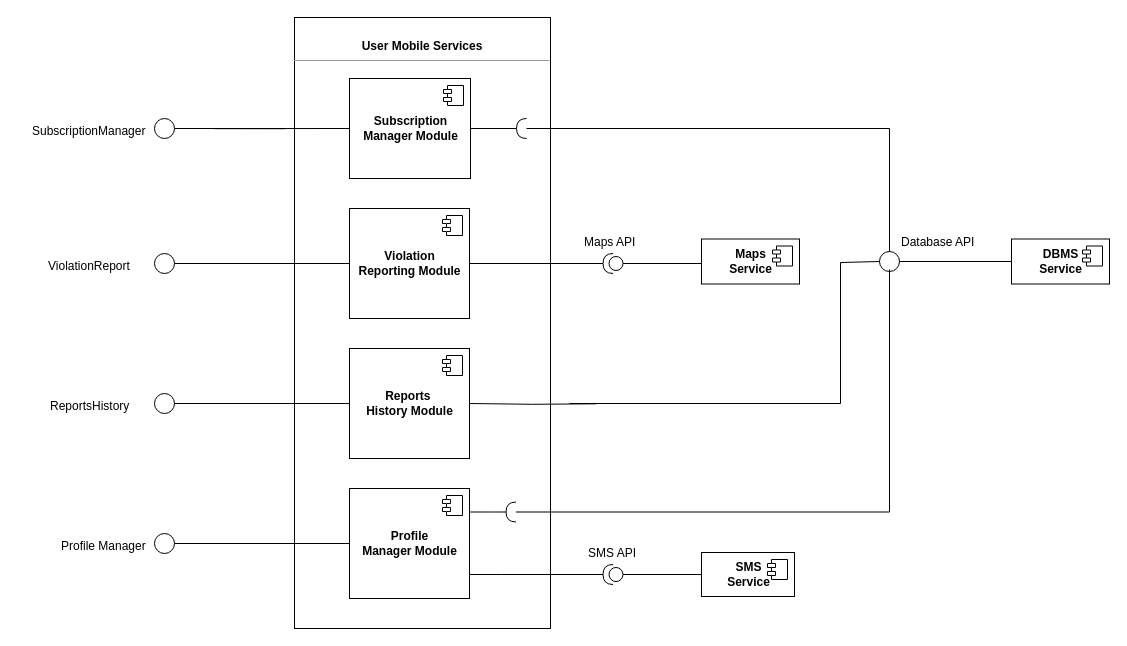
Above: assets/images/USER PROJECTION.drawio in Tallino/DaneseSavoldelli (draw.io), before the change. Source tidied: cells renumbered, new cells numbered last; positions are measured from the earlier drawing's top-left corner, leaving out a move shared by most shapes. Both pictures are drawn from the tidied source at 100%, with x=0, y=0 at pixel (30, 17).
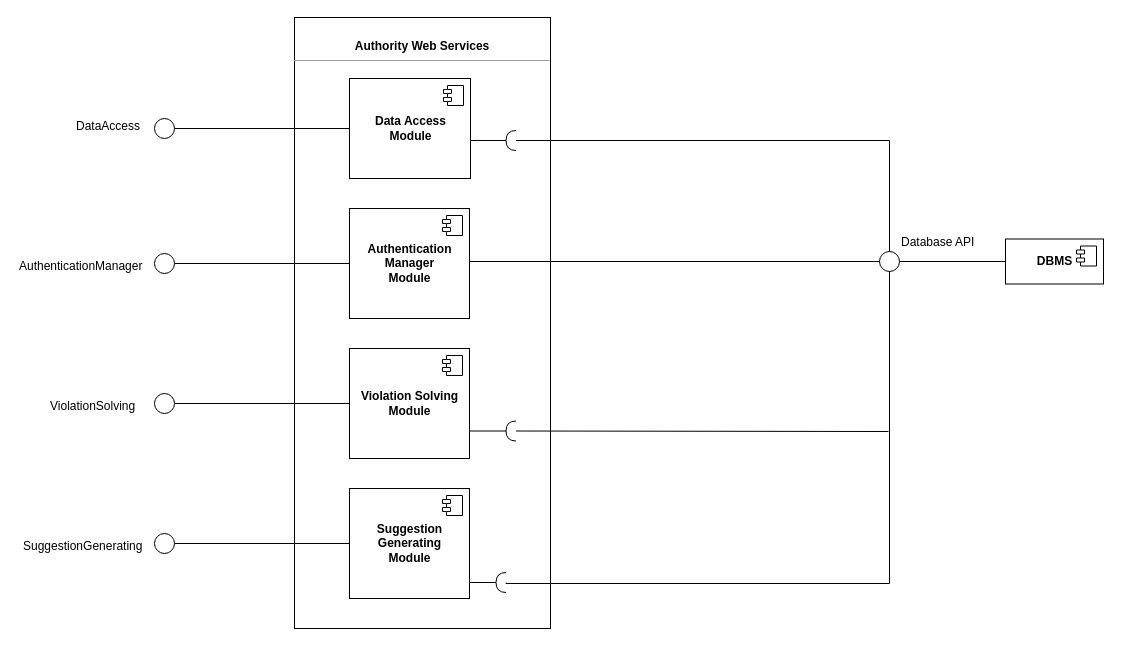
Above is the later version.

Unchanged cells that the change refers to:
```xml
<mxCell id="9" style="verticalLabelPosition=bottom;verticalAlign=top;html=1;strokeWidth=1;shape=mxgraph.flowchart.on-page_reference;fillColor=none;strokeColor=#000000;" parent="1" vertex="1">
  <mxGeometry x="124" y="101" width="20" height="20" as="geometry" />
</mxCell>
<mxCell id="41" style="verticalLabelPosition=bottom;verticalAlign=top;html=1;strokeWidth=1;shape=mxgraph.flowchart.on-page_reference;fillColor=none;strokeColor=#000000;" parent="1" vertex="1">
  <mxGeometry x="849" y="234" width="20" height="20" as="geometry" />
</mxCell>
```

What changed in the source:
```diff
@@
-    <mxCell id="2" value="&lt;p style=&quot;margin: 0px ; margin-top: 4px ; text-align: center&quot;&gt;&lt;br&gt;&lt;/p&gt;&lt;p style=&quot;margin: 0px ; margin-top: 4px ; text-align: center&quot;&gt;&lt;b&gt;User Mobile Services&lt;/b&gt;&lt;/p&gt;&lt;hr size=&quot;1&quot;&gt;&lt;p style=&quot;margin: 0px ; margin-left: 4px&quot;&gt;&lt;br&gt;&lt;/p&gt;" style="verticalAlign=top;align=left;overflow=fill;fontSize=12;fontFamily=Helvetica;html=1;" parent="1" vertex="1">
+    <mxCell id="2" value="&lt;p style=&quot;margin: 0px ; margin-top: 4px ; text-align: center&quot;&gt;&lt;b&gt;&lt;br&gt;&lt;/b&gt;&lt;/p&gt;&lt;p style=&quot;margin: 0px ; margin-top: 4px ; text-align: center&quot;&gt;&lt;b&gt;Authority Web Services&lt;/b&gt;&lt;br&gt;&lt;/p&gt;&lt;hr size=&quot;1&quot;&gt;&lt;p style=&quot;margin: 0px ; margin-left: 4px&quot;&gt;&lt;br&gt;&lt;/p&gt;" style="verticalAlign=top;align=left;overflow=fill;fontSize=12;fontFamily=Helvetica;html=1;" parent="1" vertex="1">
       <mxGeometry x="264" width="256" height="611" as="geometry" />
     </mxCell>
-    <mxCell id="3" style="edgeStyle=orthogonalEdgeStyle;rounded=0;jettySize=auto;html=1;endArrow=none;endFill=0;" parent="1" edge="1" source="4" target="20">
-      <mxGeometry relative="1" as="geometry" />
-    </mxCell>
-    <mxCell id="4" value="&lt;b&gt;Subscription &lt;br&gt;Manager Module&lt;/b&gt;" style="html=1;" parent="1" vertex="1">
+    <mxCell id="4" value="&lt;b&gt;Data Access&lt;br&gt;Module&lt;/b&gt;" style="html=1;" parent="1" vertex="1">
       <mxGeometry x="319" y="61" width="121" height="100" as="geometry" />
     </mxCell>
@@
-    <mxCell id="6" value="&lt;b&gt;Reports&amp;nbsp;&lt;br&gt;History Module&lt;br&gt;&lt;/b&gt;" style="html=1;" parent="1" vertex="1">
+    <mxCell id="6" value="&lt;b&gt;Violation Solving&lt;br&gt;Module&lt;br&gt;&lt;/b&gt;" style="html=1;" parent="1" vertex="1">
       <mxGeometry x="319" y="331" width="120" height="110" as="geometry" />
     </mxCell>
@@
-    <mxCell id="8" style="edgeStyle=orthogonalEdgeStyle;rounded=0;jettySize=auto;html=1;endArrow=none;endFill=0;entryX=0;entryY=0.5;entryDx=0;entryDy=0;" parent="1" edge="1" target="4">
-      <mxGeometry relative="1" as="geometry">
-        <mxPoint x="254" y="111.1" as="sourcePoint" />
-        <Array as="points">
-          <mxPoint x="184" y="111" />
-          <mxPoint x="184" y="111" />
-        </Array>
-      </mxGeometry>
+    <mxCell id="8" style="edgeStyle=orthogonalEdgeStyle;rounded=0;jettySize=auto;html=1;endArrow=none;endFill=0;entryX=0;entryY=0.5;entryDx=0;entryDy=0;exitX=1;exitY=0.5;exitDx=0;exitDy=0;exitPerimeter=0;" parent="1" edge="1" source="9" target="4">
+      <mxGeometry relative="1" as="geometry" />
     </mxCell>
@@
-    <mxCell id="12" value="&lt;b&gt;Profile &lt;br&gt;Manager Module&lt;br&gt;&lt;/b&gt;" style="html=1;" parent="1" vertex="1">
+    <mxCell id="12" value="&lt;b&gt;Suggestion&lt;br&gt;Generating&lt;br&gt;Module&lt;br&gt;&lt;/b&gt;" style="html=1;" parent="1" vertex="1">
       <mxGeometry x="319" y="471" width="120" height="110" as="geometry" />
     </mxCell>
@@
-    <mxCell id="18" style="edgeStyle=orthogonalEdgeStyle;rounded=0;jettySize=auto;html=1;endArrow=none;endFill=0;entryX=0;entryY=0.5;entryDx=0;entryDy=0;" parent="1" edge="1" source="9">
-      <mxGeometry relative="1" as="geometry">
-        <mxPoint x="254.3" y="111.1" as="targetPoint" />
-      </mxGeometry>
-    </mxCell>
-    <mxCell id="19" style="edgeStyle=orthogonalEdgeStyle;rounded=0;jettySize=auto;html=1;endArrow=none;endFill=0;entryX=0.5;entryY=0;entryDx=0;entryDy=0;entryPerimeter=0;" parent="1" edge="1" source="20" target="41">
-      <mxGeometry relative="1" as="geometry" />
-    </mxCell>
-    <mxCell id="20" style="shape=requiredInterface;html=1;verticalLabelPosition=bottom;rotation=180;" parent="1" vertex="1">
-      <mxGeometry x="486" y="101" width="10" height="20" as="geometry" />
-    </mxCell>
-    <mxCell id="21" style="edgeStyle=orthogonalEdgeStyle;rounded=0;jettySize=auto;html=1;endArrow=none;endFill=0;" parent="1" edge="1" source="23" target="24">
-      <mxGeometry relative="1" as="geometry" />
-    </mxCell>
-    <mxCell id="22" style="edgeStyle=orthogonalEdgeStyle;rounded=0;jettySize=auto;html=1;endArrow=none;endFill=0;" parent="1" edge="1" source="23">
-      <mxGeometry relative="1" as="geometry">
-        <mxPoint x="672.5" y="246" as="targetPoint" />
-      </mxGeometry>
-    </mxCell>
-    <mxCell id="23" style="shape=providedRequiredInterface;html=1;verticalLabelPosition=bottom;strokeColor=#000000;strokeWidth=1;fillColor=none;rotation=-180;" parent="1" vertex="1">
-      <mxGeometry x="572.5" y="236" width="20" height="20" as="geometry" />
-    </mxCell>
-    <mxCell id="24" value="&lt;b&gt;Violation&lt;br&gt;Reporting Module&lt;/b&gt;" style="html=1;" parent="1" vertex="1">
+    <mxCell id="24" value="&lt;b&gt;Authentication&lt;br&gt;Manager&lt;br&gt;Module&lt;/b&gt;" style="html=1;" parent="1" vertex="1">
       <mxGeometry x="319" y="191" width="120" height="110" as="geometry" />
     </mxCell>
@@
-    <mxCell id="26" value="Maps API&lt;br&gt;" style="text;html=1;align=left;verticalAlign=top;spacingTop=-4;" parent="1" vertex="1">
-      <mxGeometry x="551.5" y="214.5" width="62" height="14" as="geometry" />
-    </mxCell>
-    <mxCell id="27" value="&lt;b&gt;Maps&lt;br&gt;Service&lt;br&gt;&lt;/b&gt;" style="html=1;" parent="1" vertex="1">
-      <mxGeometry x="671" y="221.5" width="98" height="45" as="geometry" />
-    </mxCell>
-    <mxCell id="28" style="shape=component;jettyWidth=8;jettyHeight=4;" parent="27" vertex="1">
-      <mxGeometry x="1" width="20" height="20" relative="1" as="geometry">
-        <mxPoint x="-27" y="7" as="offset" />
-      </mxGeometry>
-    </mxCell>
-    <mxCell id="29" style="edgeStyle=orthogonalEdgeStyle;rounded=0;jettySize=auto;html=1;endArrow=none;endFill=0;" parent="1" edge="1" source="31" target="12">
-      <mxGeometry relative="1" as="geometry">
-        <Array as="points">
-          <mxPoint x="471" y="557" />
-          <mxPoint x="471" y="557" />
-        </Array>
-      </mxGeometry>
-    </mxCell>
-    <mxCell id="30" style="edgeStyle=orthogonalEdgeStyle;rounded=0;jettySize=auto;html=1;endArrow=none;endFill=0;entryX=0;entryY=0.5;entryDx=0;entryDy=0;" parent="1" edge="1" source="31" target="32">
-      <mxGeometry relative="1" as="geometry" />
-    </mxCell>
-    <mxCell id="31" style="shape=providedRequiredInterface;html=1;verticalLabelPosition=bottom;strokeColor=#000000;strokeWidth=1;fillColor=none;rotation=-180;" parent="1" vertex="1">
-      <mxGeometry x="572.5" y="547" width="20" height="20" as="geometry" />
-    </mxCell>
-    <mxCell id="32" value="&lt;b&gt;SMS&lt;br&gt;Service&lt;br&gt;&lt;/b&gt;" style="html=1;" parent="1" vertex="1">
-      <mxGeometry x="671" y="535" width="93" height="44" as="geometry" />
-    </mxCell>
-    <mxCell id="33" style="shape=component;jettyWidth=8;jettyHeight=4;" parent="32" vertex="1">
-      <mxGeometry x="1" width="20" height="20" relative="1" as="geometry">
-        <mxPoint x="-27" y="7" as="offset" />
-      </mxGeometry>
-    </mxCell>
-    <mxCell id="34" value="SMS API" style="text;html=1;align=left;verticalAlign=top;spacingTop=-4;" parent="1" vertex="1">
-      <mxGeometry x="555.5" y="526" width="58" height="14" as="geometry" />
-    </mxCell>
+    <mxCell id="36" style="edgeStyle=orthogonalEdgeStyle;rounded=0;jettySize=auto;html=1;endArrow=none;endFill=0;jumpStyle=none;exitX=0;exitY=0.5;exitDx=0;exitDy=0;exitPerimeter=0;entryX=0.5;entryY=1;entryDx=0;entryDy=0;entryPerimeter=0;" parent="1" edge="1" source="37" target="41">
+      <mxGeometry relative="1" as="geometry">
+        <Array as="points">
+          <mxPoint x="476" y="566" />
+          <mxPoint x="859" y="566" />
+        </Array>
+      </mxGeometry>
+    </mxCell>
-    <mxCell id="35" style="edgeStyle=orthogonalEdgeStyle;rounded=0;jettySize=auto;html=1;endArrow=none;endFill=0;" parent="1" edge="1" source="37" target="12">
-      <mxGeometry relative="1" as="geometry">
-        <Array as="points">
-          <mxPoint x="459" y="495" />
-          <mxPoint x="459" y="495" />
-        </Array>
-      </mxGeometry>
+    <mxCell id="35" style="edgeStyle=orthogonalEdgeStyle;rounded=0;jettySize=auto;html=1;endArrow=none;endFill=0;entryX=0.999;entryY=0.855;entryDx=0;entryDy=0;entryPerimeter=0;" parent="1" edge="1" source="37" target="12">
+      <mxGeometry relative="1" as="geometry" />
     </mxCell>
-    <mxCell id="36" style="edgeStyle=orthogonalEdgeStyle;rounded=0;jettySize=auto;html=1;endArrow=none;endFill=0;jumpStyle=none;" parent="1" edge="1" source="37">
-      <mxGeometry relative="1" as="geometry">
-        <mxPoint x="859" y="252" as="targetPoint" />
-        <Array as="points">
-          <mxPoint x="859" y="494" />
-        </Array>
-      </mxGeometry>
-    </mxCell>
     <mxCell id="37" style="shape=requiredInterface;html=1;verticalLabelPosition=bottom;rotation=180;" parent="1" vertex="1">
-      <mxGeometry x="475.5" y="484.5" width="10" height="20" as="geometry" />
+      <mxGeometry x="465.5" y="555" width="10" height="20" as="geometry" />
     </mxCell>
-    <mxCell id="38" value="&lt;b&gt;DBMS&lt;br&gt;Service&lt;br&gt;&lt;/b&gt;" style="html=1;" parent="1" vertex="1">
-      <mxGeometry x="981" y="221.5" width="98" height="45" as="geometry" />
+    <mxCell id="38" value="&lt;b&gt;DBMS&lt;br&gt;&lt;/b&gt;" style="html=1;" parent="1" vertex="1">
+      <mxGeometry x="975" y="221.5" width="98" height="45" as="geometry" />
     </mxCell>
@@
-    <mxCell id="43" value="SubscriptionManager" style="text;html=1;align=left;verticalAlign=top;spacingTop=-4;" parent="1" vertex="1">
-      <mxGeometry y="104" width="124" height="14" as="geometry" />
+    <mxCell id="43" value="DataAccess" style="text;html=1;align=left;verticalAlign=top;spacingTop=-4;" parent="1" vertex="1">
+      <mxGeometry x="44" y="99" width="74" height="14" as="geometry" />
     </mxCell>
-    <mxCell id="44" value="ViolationReport" style="text;html=1;align=left;verticalAlign=top;spacingTop=-4;" parent="1" vertex="1">
-      <mxGeometry x="16" y="239" width="92" height="14" as="geometry" />
+    <mxCell id="44" value="AuthenticationManager" style="text;html=1;align=left;verticalAlign=top;spacingTop=-4;" parent="1" vertex="1">
+      <mxGeometry x="-13" y="239" width="134" height="14" as="geometry" />
     </mxCell>
-    <mxCell id="45" value="ReportsHistory" style="text;html=1;align=left;verticalAlign=top;spacingTop=-4;" parent="1" vertex="1">
-      <mxGeometry x="18" y="379" width="90" height="14" as="geometry" />
+    <mxCell id="45" value="ViolationSolving" style="text;html=1;align=left;verticalAlign=top;spacingTop=-4;" parent="1" vertex="1">
+      <mxGeometry x="18" y="379" width="95" height="14" as="geometry" />
     </mxCell>
-    <mxCell id="46" value="Profile Manager" style="text;html=1;align=left;verticalAlign=top;spacingTop=-4;" parent="1" vertex="1">
-      <mxGeometry x="29" y="519" width="95" height="14" as="geometry" />
+    <mxCell id="46" value="SuggestionGenerating" style="text;html=1;align=left;verticalAlign=top;spacingTop=-4;" parent="1" vertex="1">
+      <mxGeometry x="-9" y="519" width="130" height="14" as="geometry" />
     </mxCell>
-    <mxCell id="47" style="edgeStyle=orthogonalEdgeStyle;rounded=0;jumpStyle=none;jettySize=auto;html=1;endArrow=none;endFill=0;entryX=1;entryY=0.5;entryDx=0;entryDy=0;exitX=1;exitY=0.5;exitDx=0;exitDy=0;exitPerimeter=0;" parent="1" edge="1" target="6">
-      <mxGeometry relative="1" as="geometry">
-        <mxPoint x="565.3" y="386.3" as="sourcePoint" />
-      </mxGeometry>
-    </mxCell>
-    <mxCell id="48" style="edgeStyle=orthogonalEdgeStyle;rounded=0;jumpStyle=none;jettySize=auto;html=1;endArrow=none;endFill=0;entryX=0;entryY=0.5;entryDx=0;entryDy=0;entryPerimeter=0;" parent="1" edge="1" target="41">
-      <mxGeometry relative="1" as="geometry">
-        <mxPoint x="539" y="386" as="sourcePoint" />
-        <Array as="points">
-          <mxPoint x="810" y="386" />
-          <mxPoint x="810" y="245" />
-        </Array>
-      </mxGeometry>
-    </mxCell>
+    <mxCell id="49" style="edgeStyle=orthogonalEdgeStyle;rounded=0;jettySize=auto;html=1;endArrow=none;endFill=0;exitX=0;exitY=0.5;exitDx=0;exitDy=0;exitPerimeter=0;" parent="1" edge="1" source="41">
+      <mxGeometry relative="1" as="geometry">
+        <mxPoint x="439" y="246" as="targetPoint" />
+        <Array as="points">
+          <mxPoint x="439" y="244" />
+        </Array>
+      </mxGeometry>
+    </mxCell>
+    <mxCell id="50" style="edgeStyle=orthogonalEdgeStyle;rounded=0;jettySize=auto;html=1;endArrow=none;endFill=0;" parent="1" edge="1" source="51" target="4">
+      <mxGeometry relative="1" as="geometry">
+        <Array as="points">
+          <mxPoint x="447" y="123" />
+          <mxPoint x="447" y="123" />
+        </Array>
+      </mxGeometry>
+    </mxCell>
+    <mxCell id="51" style="shape=requiredInterface;html=1;verticalLabelPosition=bottom;rotation=180;" parent="1" vertex="1">
+      <mxGeometry x="475.5" y="113" width="10" height="20" as="geometry" />
+    </mxCell>
+    <mxCell id="52" style="edgeStyle=orthogonalEdgeStyle;rounded=0;jettySize=auto;html=1;endArrow=none;endFill=0;entryX=0;entryY=0.5;entryDx=0;entryDy=0;entryPerimeter=0;exitX=0.5;exitY=0;exitDx=0;exitDy=0;exitPerimeter=0;" parent="1" edge="1" source="41" target="51">
+      <mxGeometry relative="1" as="geometry">
+        <Array as="points">
+          <mxPoint x="859" y="123" />
+          <mxPoint x="485" y="123" />
+        </Array>
+      </mxGeometry>
+    </mxCell>
+    <mxCell id="53" style="endArrow=none;endFill=0;endSize=12;html=1;exitX=0;exitY=0.5;exitDx=0;exitDy=0;exitPerimeter=0;" parent="1" edge="1" source="54">
+      <mxGeometry relative="1" as="geometry">
+        <mxPoint x="858" y="414" as="targetPoint" />
+      </mxGeometry>
+    </mxCell>
+    <mxCell id="54" style="shape=requiredInterface;html=1;verticalLabelPosition=bottom;rotation=180;" parent="1" vertex="1">
+      <mxGeometry x="475.5" y="403.5" width="10" height="20" as="geometry" />
+    </mxCell>
+    <mxCell id="55" style="endArrow=none;endFill=0;endSize=12;html=1;exitX=1;exitY=0.75;exitDx=0;exitDy=0;" parent="1" edge="1" source="6" target="54">
+      <mxGeometry relative="1" as="geometry" />
+    </mxCell>
```
